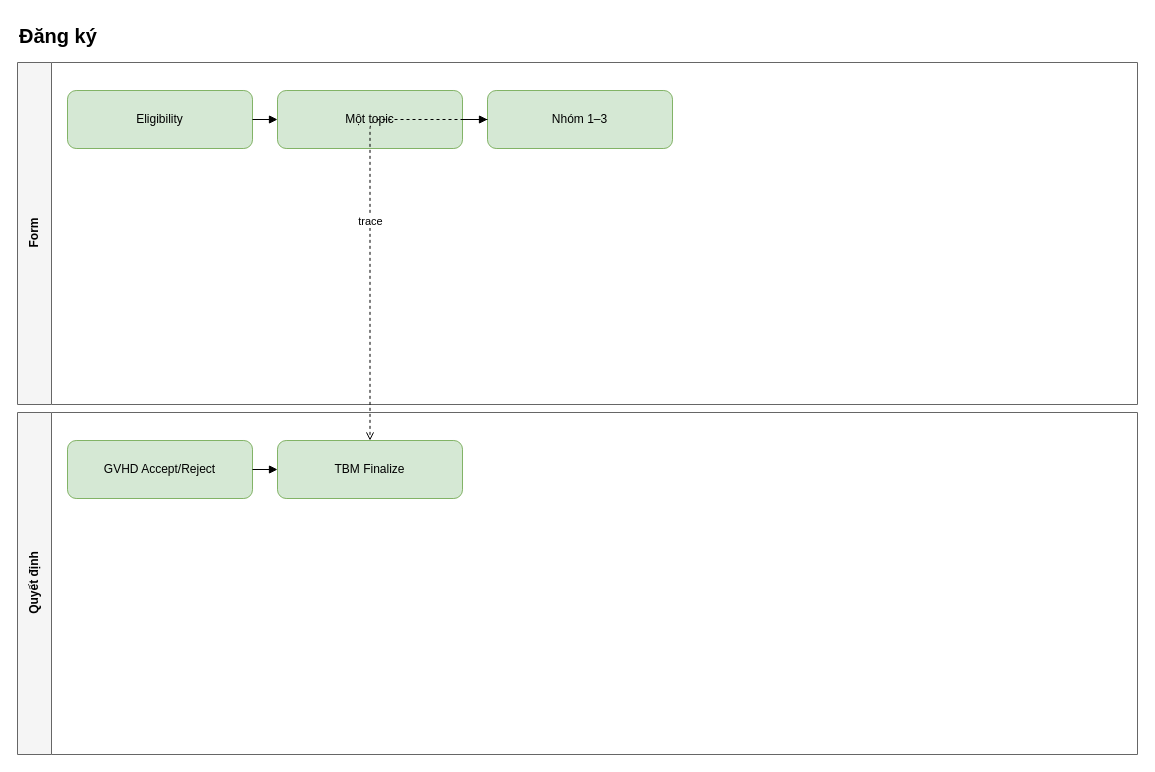
Above: page "Đăng ký" (1 of 5) of docs/design/wireframes.drawio in MingJien/kltn-management-ai (draw.io), before the change. Source tidied: cells renumbered, new cells numbered last; positions are measured from the earlier drawing's top-left corner, leaving out a move shared by most shapes. Both pictures are drawn from the tidied source at 100%, with x=0, y=0 at pixel (17, 17).
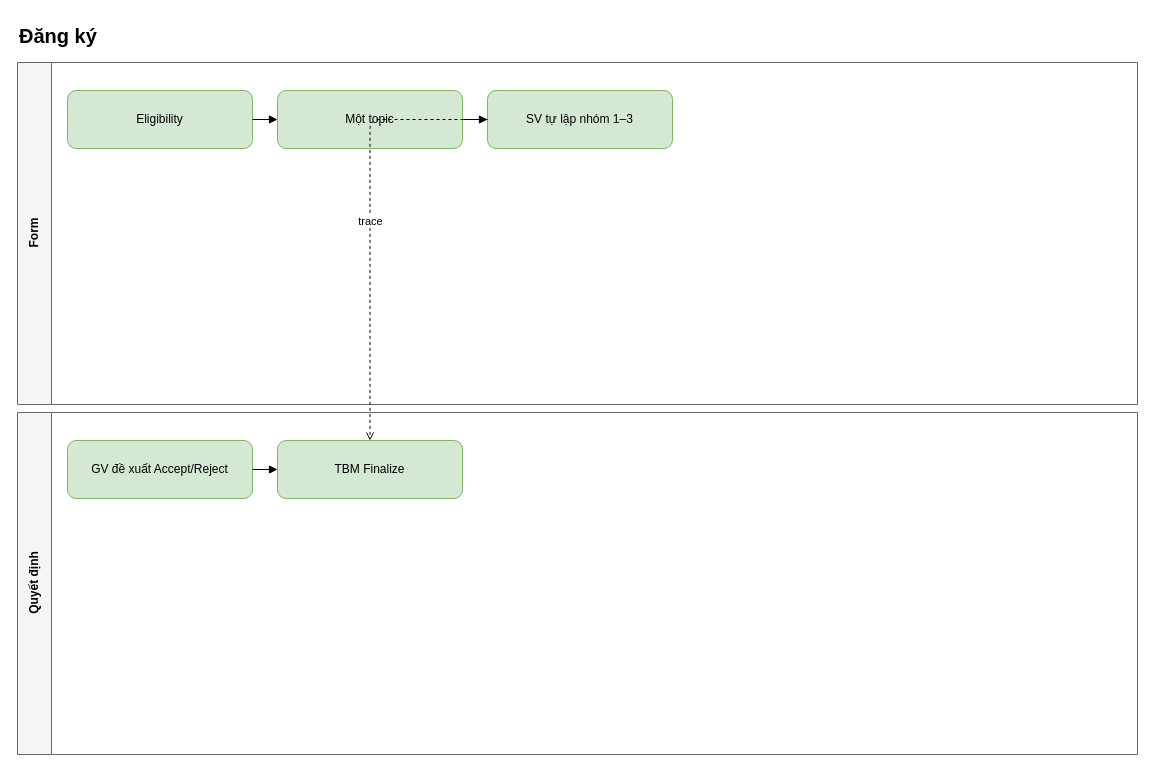
The same diagram, later.

What changed in the source:
```diff
@@
 <mxGraphModel>
   <root>
     <mxCell id="0" />
     <mxCell id="1" parent="0" />
     <mxCell id="2" value="Đăng ký" style="text;html=1;strokeColor=none;fillColor=none;fontSize=20;fontStyle=1;" parent="1" vertex="1">
       <mxGeometry width="1100" height="35" as="geometry" />
     </mxCell>
     <mxCell id="3" value="Form" style="swimlane;html=1;horizontal=0;startSize=34;fillColor=#f5f5f5;strokeColor=#666666;fontStyle=1;" parent="1" vertex="1">
       <mxGeometry y="45" width="1120" height="342" as="geometry" />
     </mxCell>
     <mxCell id="4" value="Eligibility" style="rounded=1;whiteSpace=wrap;html=1;fillColor=#d5e8d4;strokeColor=#82b366;" parent="1" vertex="1">
       <mxGeometry x="50" y="73" width="185" height="58" as="geometry" />
     </mxCell>
     <mxCell id="5" value="Một topic" style="rounded=1;whiteSpace=wrap;html=1;fillColor=#d5e8d4;strokeColor=#82b366;" parent="1" vertex="1">
       <mxGeometry x="260" y="73" width="185" height="58" as="geometry" />
     </mxCell>
     <mxCell id="6" style="edgeStyle=orthogonalEdgeStyle;rounded=0;html=1;endArrow=block;" parent="1" edge="1" source="4" target="5">
       <mxGeometry relative="1" as="geometry" />
     </mxCell>
-    <mxCell id="7" value="Nhóm 1–3" style="rounded=1;whiteSpace=wrap;html=1;fillColor=#d5e8d4;strokeColor=#82b366;" parent="1" vertex="1">
+    <mxCell id="7" value="SV tự lập nhóm 1–3" style="rounded=1;whiteSpace=wrap;html=1;fillColor=#d5e8d4;strokeColor=#82b366;" parent="1" vertex="1">
       <mxGeometry x="470" y="73" width="185" height="58" as="geometry" />
     </mxCell>
     <mxCell id="8" style="edgeStyle=orthogonalEdgeStyle;rounded=0;html=1;endArrow=block;" parent="1" edge="1" source="5" target="7">
       <mxGeometry relative="1" as="geometry" />
     </mxCell>
     <mxCell id="9" value="Quyết định" style="swimlane;html=1;horizontal=0;startSize=34;fillColor=#f5f5f5;strokeColor=#666666;fontStyle=1;" parent="1" vertex="1">
       <mxGeometry y="395" width="1120" height="342" as="geometry" />
     </mxCell>
-    <mxCell id="10" value="GVHD Accept/Reject" style="rounded=1;whiteSpace=wrap;html=1;fillColor=#d5e8d4;strokeColor=#82b366;" parent="1" vertex="1">
+    <mxCell id="10" value="GV đề xuất Accept/Reject" style="rounded=1;whiteSpace=wrap;html=1;fillColor=#d5e8d4;strokeColor=#82b366;" parent="1" vertex="1">
       <mxGeometry x="50" y="423" width="185" height="58" as="geometry" />
     </mxCell>
     <mxCell id="11" value="TBM Finalize" style="rounded=1;whiteSpace=wrap;html=1;fillColor=#d5e8d4;strokeColor=#82b366;" parent="1" vertex="1">
       <mxGeometry x="260" y="423" width="185" height="58" as="geometry" />
     </mxCell>
     <mxCell id="12" style="edgeStyle=orthogonalEdgeStyle;rounded=0;html=1;endArrow=block;" parent="1" edge="1" source="10" target="11">
       <mxGeometry relative="1" as="geometry" />
     </mxCell>
     <mxCell id="13" value="trace" style="edgeStyle=orthogonalEdgeStyle;dashed=1;html=1;endArrow=open;" parent="1" edge="1" source="7" target="11">
       <mxGeometry relative="1" as="geometry" />
     </mxCell>
   </root>
 </mxGraphModel>
```
